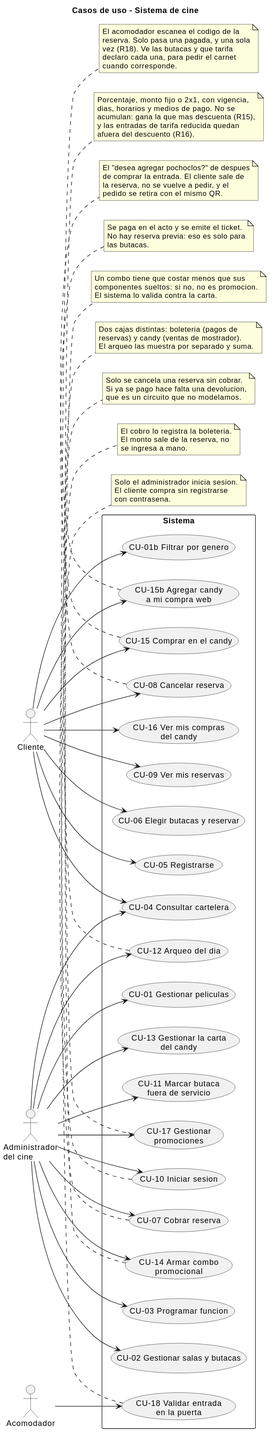
Earlier version of the PlantUML export cine-backend/docs/diagramas/casos-de-uso.svg (andreiveisuade/cine-uade).
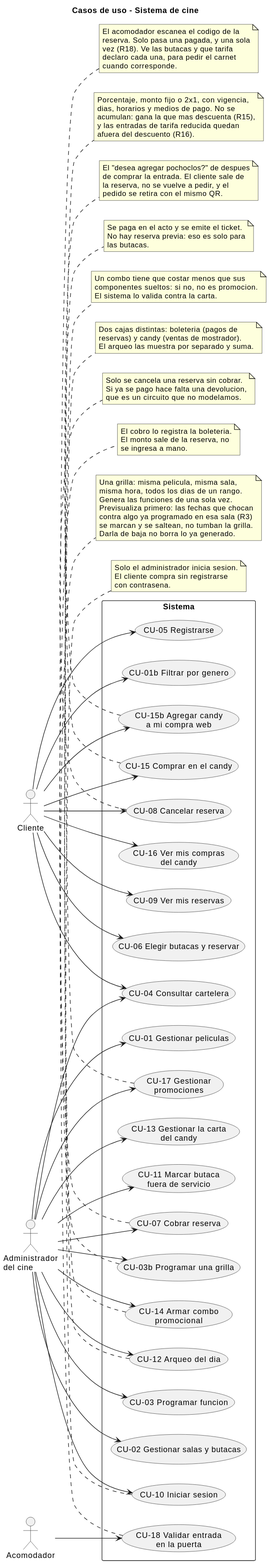
Above is the later version.

Commit message:
docs: la grilla en los diagramas de capas y de casos de uso

Diff of the diagram source:
```diff
@@ -12,6 +12,7 @@
   usecase "CU-01b Filtrar por genero" as CU01b
   usecase "CU-02 Gestionar salas y butacas" as CU02
   usecase "CU-03 Programar funcion" as CU03
+  usecase "CU-03b Programar una grilla" as CU03b
   usecase "CU-04 Consultar cartelera" as CU04
   usecase "CU-05 Registrarse" as CU05
   usecase "CU-06 Elegir butacas y reservar" as CU06
@@ -44,6 +45,7 @@
 admin --> CU01
 admin --> CU02
 admin --> CU03
+admin --> CU03b
 admin --> CU04
 admin --> CU11
 admin --> CU07
@@ -57,6 +59,16 @@
   Solo el administrador inicia sesion.
   El cliente compra sin registrarse
   con contrasena.
+end note
+
+note bottom of CU03b
+  Una grilla: misma pelicula, misma sala,
+  misma hora, todos los dias de un rango.
+  Genera las funciones de una sola vez.
+  Previsualiza primero: las fechas que chocan
+  contra algo ya programado en esa sala (R3)
+  se marcan y se saltean, no tumban la grilla.
+  Darla de baja no borra lo ya generado.
 end note
 
 note bottom of CU07
```
